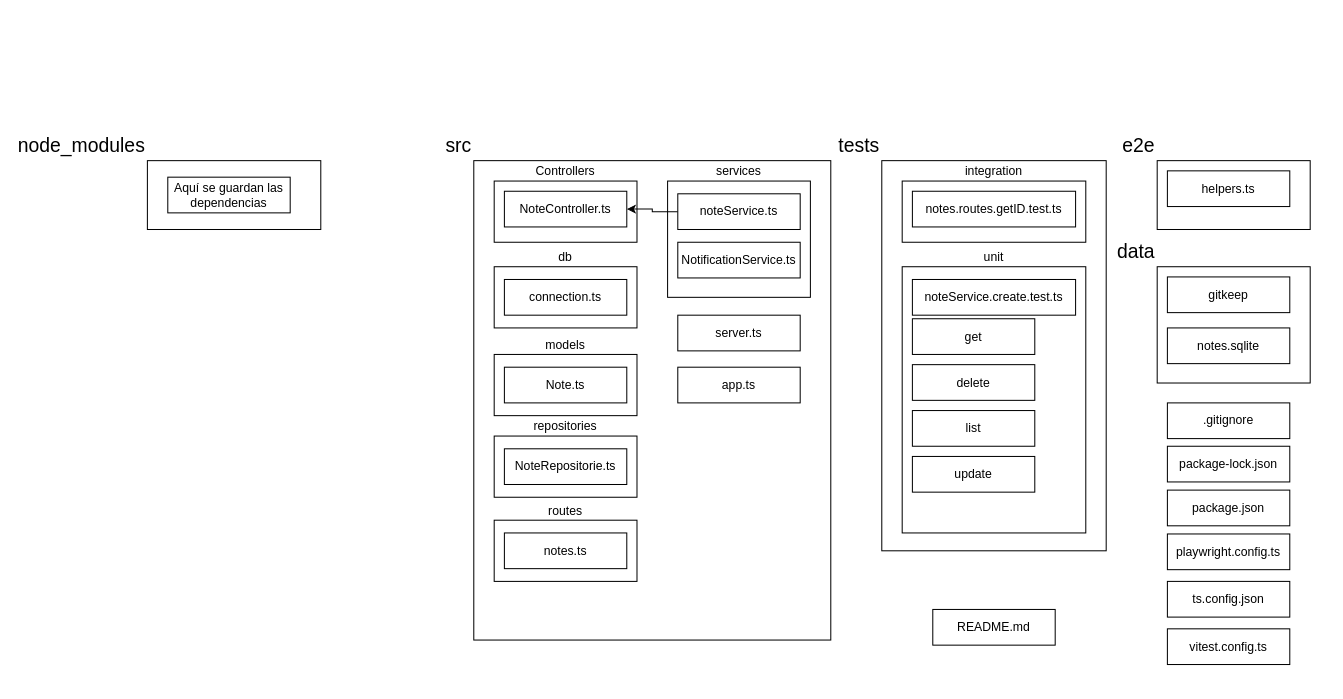
Earlier version of the draw.io diagram TP2-ProgIV.drawio (Matiaslegon/diagramas-TUP). Source tidied: cells renumbered, new cells numbered last; positions are measured from the earlier drawing's top-left corner, leaving out a move shared by most shapes. Both pictures are drawn from the tidied source at 102%, with x=0, y=0 at pixel (147, 160).
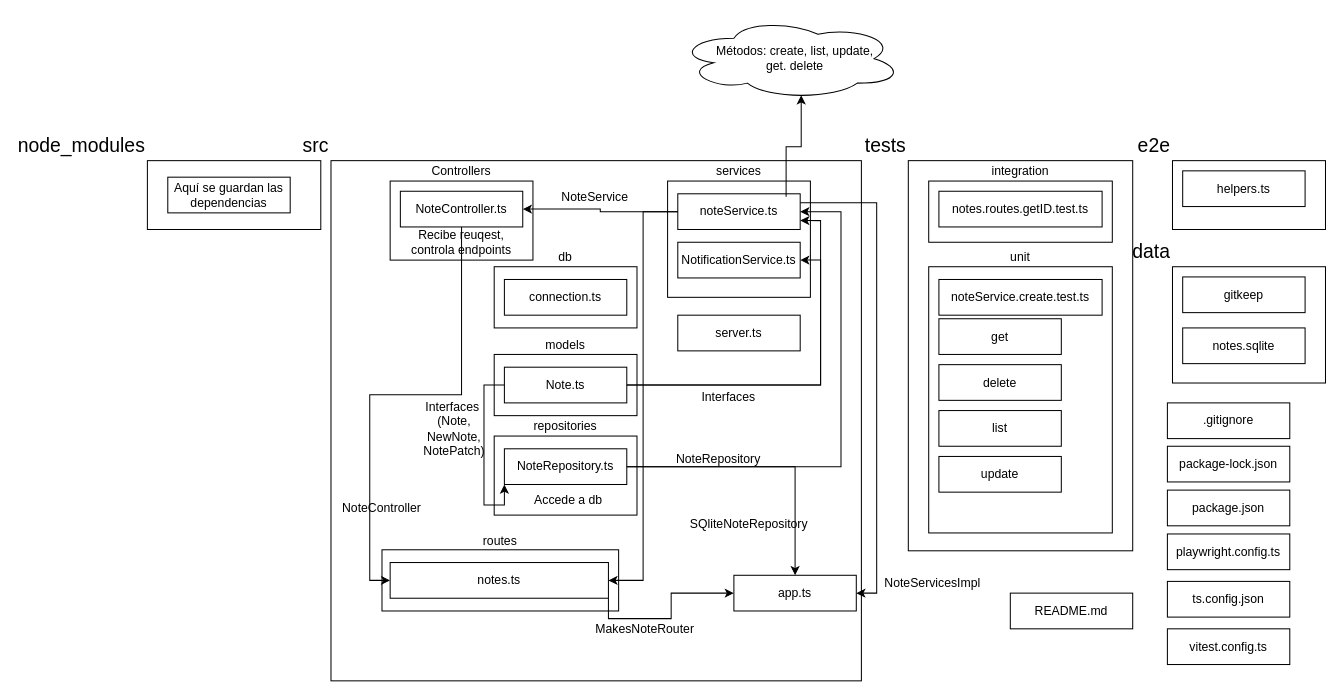
Above is the later version.

Unchanged cells that the change refers to:
```xml
<mxCell id="8" value="Note.ts" style="rounded=0;whiteSpace=wrap;html=1;" parent="1" vertex="1">
  <mxGeometry x="350" y="202.5" width="120" height="35" as="geometry" />
</mxCell>
<mxCell id="15" value="noteService.ts" style="rounded=0;whiteSpace=wrap;html=1;" parent="1" vertex="1">
  <mxGeometry x="520" y="32.5" width="120" height="35" as="geometry" />
</mxCell>
<mxCell id="16" value="NotificationService.ts" style="rounded=0;whiteSpace=wrap;html=1;" parent="1" vertex="1">
  <mxGeometry x="520" y="80" width="120" height="35" as="geometry" />
</mxCell>
```

The edit, as a diff of the source:
```diff
@@
     <mxCell id="2" value="src" style="rounded=0;whiteSpace=wrap;html=1;align=right;labelPosition=left;verticalLabelPosition=top;verticalAlign=bottom;fontSize=19;" parent="1" vertex="1">
-      <mxGeometry x="320" width="350" height="470" as="geometry" />
+      <mxGeometry x="180" width="520" height="510" as="geometry" />
     </mxCell>
     <mxCell id="3" value="Controllers" style="rounded=0;whiteSpace=wrap;html=1;labelPosition=center;verticalLabelPosition=top;align=center;verticalAlign=bottom;" parent="1" vertex="1">
-      <mxGeometry x="340" y="20" width="140" height="60" as="geometry" />
+      <mxGeometry x="238" y="20" width="140" height="77.5" as="geometry" />
     </mxCell>
     <mxCell id="4" value="NoteController.ts" style="rounded=0;whiteSpace=wrap;html=1;" parent="1" vertex="1">
-      <mxGeometry x="350" y="30" width="120" height="35" as="geometry" />
+      <mxGeometry x="248" y="30" width="120" height="35" as="geometry" />
     </mxCell>
@@
     <mxCell id="9" value="repositories" style="rounded=0;whiteSpace=wrap;html=1;labelPosition=center;verticalLabelPosition=top;align=center;verticalAlign=bottom;" parent="1" vertex="1">
-      <mxGeometry x="340" y="270" width="140" height="60" as="geometry" />
+      <mxGeometry x="340" y="270" width="140" height="77.5" as="geometry" />
     </mxCell>
-    <mxCell id="10" value="NoteRepositorie.ts" style="rounded=0;whiteSpace=wrap;html=1;" parent="1" vertex="1">
+    <mxCell id="10" value="NoteRepository.ts" style="rounded=0;whiteSpace=wrap;html=1;" parent="1" vertex="1">
       <mxGeometry x="350" y="282.5" width="120" height="35" as="geometry" />
     </mxCell>
     <mxCell id="11" value="routes" style="rounded=0;whiteSpace=wrap;html=1;labelPosition=center;verticalLabelPosition=top;align=center;verticalAlign=bottom;" parent="1" vertex="1">
-      <mxGeometry x="340" y="352.5" width="140" height="60" as="geometry" />
+      <mxGeometry x="230" y="381.5" width="232" height="60" as="geometry" />
     </mxCell>
     <mxCell id="12" value="notes.ts" style="rounded=0;whiteSpace=wrap;html=1;" parent="1" vertex="1">
-      <mxGeometry x="350" y="365" width="120" height="35" as="geometry" />
+      <mxGeometry x="238" y="394" width="214" height="35" as="geometry" />
     </mxCell>
@@
     <mxCell id="17" value="app.ts" style="rounded=0;whiteSpace=wrap;html=1;" parent="1" vertex="1">
-      <mxGeometry x="520" y="202.5" width="120" height="35" as="geometry" />
+      <mxGeometry x="575" y="406.5" width="120" height="35" as="geometry" />
     </mxCell>
@@
     <mxCell id="19" value="tests" style="rounded=0;whiteSpace=wrap;html=1;align=right;labelPosition=left;verticalLabelPosition=top;verticalAlign=bottom;fontSize=19;" parent="1" vertex="1">
-      <mxGeometry x="720" width="220" height="382.5" as="geometry" />
+      <mxGeometry x="746" width="220" height="382.5" as="geometry" />
     </mxCell>
     <mxCell id="20" value="integration" style="rounded=0;whiteSpace=wrap;html=1;labelPosition=center;verticalLabelPosition=top;align=center;verticalAlign=bottom;" parent="1" vertex="1">
-      <mxGeometry x="740" y="20" width="180" height="60" as="geometry" />
+      <mxGeometry x="766" y="20" width="180" height="60" as="geometry" />
     </mxCell>
     <mxCell id="21" value="notes.routes.getID.test.ts" style="rounded=0;whiteSpace=wrap;html=1;" parent="1" vertex="1">
-      <mxGeometry x="750" y="30" width="160" height="35" as="geometry" />
+      <mxGeometry x="776" y="30" width="160" height="35" as="geometry" />
     </mxCell>
     <mxCell id="22" value="unit" style="rounded=0;whiteSpace=wrap;html=1;labelPosition=center;verticalLabelPosition=top;align=center;verticalAlign=bottom;" parent="1" vertex="1">
-      <mxGeometry x="740" y="104" width="180" height="261" as="geometry" />
+      <mxGeometry x="766" y="104" width="180" height="261" as="geometry" />
     </mxCell>
     <mxCell id="23" value="noteService.create.test.ts" style="rounded=0;whiteSpace=wrap;html=1;" parent="1" vertex="1">
-      <mxGeometry x="750" y="116.5" width="160" height="35" as="geometry" />
+      <mxGeometry x="776" y="116.5" width="160" height="35" as="geometry" />
     </mxCell>
     <mxCell id="24" value="update" style="rounded=0;whiteSpace=wrap;html=1;" parent="1" vertex="1">
-      <mxGeometry x="750" y="290" width="120" height="35" as="geometry" />
+      <mxGeometry x="776" y="290" width="120" height="35" as="geometry" />
     </mxCell>
     <mxCell id="25" value="list" style="rounded=0;whiteSpace=wrap;html=1;" parent="1" vertex="1">
-      <mxGeometry x="750" y="245" width="120" height="35" as="geometry" />
+      <mxGeometry x="776" y="245" width="120" height="35" as="geometry" />
     </mxCell>
     <mxCell id="26" value="delete" style="rounded=0;whiteSpace=wrap;html=1;" parent="1" vertex="1">
-      <mxGeometry x="750" y="200" width="120" height="35" as="geometry" />
+      <mxGeometry x="776" y="200" width="120" height="35" as="geometry" />
     </mxCell>
     <mxCell id="27" value="get" style="rounded=0;whiteSpace=wrap;html=1;" parent="1" vertex="1">
-      <mxGeometry x="750" y="155" width="120" height="35" as="geometry" />
+      <mxGeometry x="776" y="155" width="120" height="35" as="geometry" />
     </mxCell>
     <mxCell id="28" value="e2e" style="rounded=0;whiteSpace=wrap;html=1;align=right;labelPosition=left;verticalLabelPosition=top;verticalAlign=bottom;fontSize=19;" parent="1" vertex="1">
-      <mxGeometry x="990" width="150" height="67.5" as="geometry" />
+      <mxGeometry x="1005" width="150" height="67.5" as="geometry" />
     </mxCell>
     <mxCell id="29" value="helpers.ts" style="rounded=0;whiteSpace=wrap;html=1;" parent="1" vertex="1">
-      <mxGeometry x="1000" y="10" width="120" height="35" as="geometry" />
+      <mxGeometry x="1015" y="10" width="120" height="35" as="geometry" />
     </mxCell>
     <mxCell id="30" value="data" style="rounded=0;whiteSpace=wrap;html=1;align=right;labelPosition=left;verticalLabelPosition=top;verticalAlign=bottom;fontSize=19;" parent="1" vertex="1">
-      <mxGeometry x="990" y="104" width="150" height="114" as="geometry" />
+      <mxGeometry x="1005" y="104" width="150" height="114" as="geometry" />
     </mxCell>
     <mxCell id="31" value="gitkeep" style="rounded=0;whiteSpace=wrap;html=1;" parent="1" vertex="1">
-      <mxGeometry x="1000" y="114" width="120" height="35" as="geometry" />
+      <mxGeometry x="1015" y="114" width="120" height="35" as="geometry" />
     </mxCell>
     <mxCell id="32" value="notes.sqlite" style="rounded=0;whiteSpace=wrap;html=1;" parent="1" vertex="1">
-      <mxGeometry x="1000" y="164" width="120" height="35" as="geometry" />
+      <mxGeometry x="1015" y="164" width="120" height="35" as="geometry" />
     </mxCell>
@@
     <mxCell id="39" value="README.md" style="rounded=0;whiteSpace=wrap;html=1;" parent="1" vertex="1">
-      <mxGeometry x="770" y="440" width="120" height="35" as="geometry" />
+      <mxGeometry x="846" y="424" width="120" height="35" as="geometry" />
     </mxCell>
@@
+    <mxCell id="42" style="edgeStyle=orthogonalEdgeStyle;rounded=0;jettySize=auto;html=1;" parent="1" edge="1" source="10" target="17">
+      <mxGeometry relative="1" as="geometry" />
+    </mxCell>
+    <mxCell id="43" style="edgeStyle=orthogonalEdgeStyle;rounded=0;jettySize=auto;html=1;exitX=1;exitY=1;exitDx=0;exitDy=0;" parent="1" edge="1" source="12" target="17">
+      <mxGeometry relative="1" as="geometry" />
+    </mxCell>
+    <mxCell id="44" style="edgeStyle=orthogonalEdgeStyle;rounded=0;jettySize=auto;html=1;entryX=1;entryY=0.5;entryDx=0;entryDy=0;" parent="1" edge="1" source="15" target="12">
+      <mxGeometry relative="1" as="geometry" />
+    </mxCell>
+    <mxCell id="45" value="NoteService" style="text;html=1;whiteSpace=wrap;strokeColor=none;fillColor=none;align=center;verticalAlign=middle;rounded=0;" parent="1" vertex="1">
+      <mxGeometry x="409" y="21.2" width="60" height="30" as="geometry" />
+    </mxCell>
+    <mxCell id="46" style="edgeStyle=orthogonalEdgeStyle;rounded=0;jettySize=auto;html=1;entryX=0;entryY=1;entryDx=0;entryDy=0;exitX=0;exitY=0.5;exitDx=0;exitDy=0;" parent="1" edge="1" source="8" target="10">
+      <mxGeometry relative="1" as="geometry" />
+    </mxCell>
+    <mxCell id="47" value="Recibe reuqest, controla endpoints" style="text;html=1;whiteSpace=wrap;strokeColor=none;fillColor=none;align=center;verticalAlign=middle;rounded=0;" parent="1" vertex="1">
+      <mxGeometry x="248" y="65" width="120" height="30" as="geometry" />
+    </mxCell>
+    <mxCell id="48" value="Interfaces&amp;nbsp;&lt;div&gt;(Note, NewNote, NotePatch)&lt;/div&gt;" style="text;html=1;whiteSpace=wrap;strokeColor=none;fillColor=none;align=center;verticalAlign=middle;rounded=0;" parent="1" vertex="1">
+      <mxGeometry x="271" y="247.5" width="60" height="30" as="geometry" />
+    </mxCell>
+    <mxCell id="49" value="Accede a db" style="text;html=1;whiteSpace=wrap;strokeColor=none;fillColor=none;align=center;verticalAlign=middle;rounded=0;" parent="1" vertex="1">
+      <mxGeometry x="368" y="317.5" width="90" height="30" as="geometry" />
+    </mxCell>
+    <mxCell id="50" value="NoteController" style="text;html=1;whiteSpace=wrap;strokeColor=none;fillColor=none;align=center;verticalAlign=middle;rounded=0;" parent="1" vertex="1">
+      <mxGeometry x="200" y="325.5" width="60" height="30" as="geometry" />
+    </mxCell>
+    <mxCell id="51" style="edgeStyle=orthogonalEdgeStyle;rounded=0;jettySize=auto;html=1;entryX=0;entryY=0.5;entryDx=0;entryDy=0;" parent="1" edge="1" source="4" target="12">
+      <mxGeometry relative="1" as="geometry" />
+    </mxCell>
+    <mxCell id="52" style="edgeStyle=orthogonalEdgeStyle;rounded=0;jettySize=auto;html=1;entryX=1;entryY=0.5;entryDx=0;entryDy=0;" parent="1" edge="1" source="10" target="15">
+      <mxGeometry relative="1" as="geometry">
+        <Array as="points">
+          <mxPoint x="680" y="300" />
+          <mxPoint x="680" y="50" />
+        </Array>
+      </mxGeometry>
+    </mxCell>
+    <mxCell id="53" value="NoteRepository" style="text;html=1;whiteSpace=wrap;strokeColor=none;fillColor=none;align=center;verticalAlign=middle;rounded=0;" parent="1" vertex="1">
+      <mxGeometry x="530" y="277.5" width="60" height="30" as="geometry" />
+    </mxCell>
+    <mxCell id="54" value="Interfaces" style="text;html=1;whiteSpace=wrap;strokeColor=none;fillColor=none;align=center;verticalAlign=middle;rounded=0;" parent="1" vertex="1">
+      <mxGeometry x="540" y="217" width="60" height="30" as="geometry" />
+    </mxCell>
+    <mxCell id="55" style="edgeStyle=orthogonalEdgeStyle;rounded=0;jettySize=auto;html=1;entryX=1;entryY=0.75;entryDx=0;entryDy=0;" parent="1" edge="1" source="8" target="15">
+      <mxGeometry relative="1" as="geometry" />
+    </mxCell>
+    <mxCell id="56" style="edgeStyle=orthogonalEdgeStyle;rounded=0;jettySize=auto;html=1;entryX=1;entryY=0.5;entryDx=0;entryDy=0;" parent="1" edge="1" source="8" target="16">
+      <mxGeometry relative="1" as="geometry" />
+    </mxCell>
+    <mxCell id="57" style="ellipse;shape=cloud;whiteSpace=wrap;html=1;" parent="1" vertex="1">
+      <mxGeometry x="520" y="-140" width="220" height="80" as="geometry" />
+    </mxCell>
+    <mxCell id="58" value="Métodos: create, list, update, get. delete" style="text;html=1;whiteSpace=wrap;strokeColor=none;fillColor=none;align=center;verticalAlign=middle;rounded=0;" parent="1" vertex="1">
+      <mxGeometry x="550" y="-115" width="170" height="30" as="geometry" />
+    </mxCell>
+    <mxCell id="59" style="edgeStyle=orthogonalEdgeStyle;rounded=0;jettySize=auto;html=1;entryX=0.55;entryY=0.95;entryDx=0;entryDy=0;entryPerimeter=0;exitX=0.885;exitY=0.085;exitDx=0;exitDy=0;exitPerimeter=0;" parent="1" edge="1" source="15" target="57">
+      <mxGeometry relative="1" as="geometry" />
+    </mxCell>
+    <mxCell id="60" value="MakesNoteRouter" style="text;html=1;whiteSpace=wrap;strokeColor=none;fillColor=none;align=center;verticalAlign=middle;rounded=0;" parent="1" vertex="1">
+      <mxGeometry x="458" y="445" width="60" height="30" as="geometry" />
+    </mxCell>
+    <mxCell id="61" style="edgeStyle=orthogonalEdgeStyle;rounded=0;jettySize=auto;html=1;entryX=1;entryY=0.5;entryDx=0;entryDy=0;exitX=1;exitY=0.25;exitDx=0;exitDy=0;" parent="1" edge="1" source="15" target="17">
+      <mxGeometry relative="1" as="geometry" />
+    </mxCell>
+    <mxCell id="62" value="NoteServicesImpl" style="text;html=1;whiteSpace=wrap;strokeColor=none;fillColor=none;align=center;verticalAlign=middle;rounded=0;" parent="1" vertex="1">
+      <mxGeometry x="740" y="399" width="60" height="30" as="geometry" />
+    </mxCell>
+    <mxCell id="63" value="SQliteNoteRepository" style="text;html=1;whiteSpace=wrap;strokeColor=none;fillColor=none;align=center;verticalAlign=middle;rounded=0;" parent="1" vertex="1">
+      <mxGeometry x="560" y="342" width="60" height="30" as="geometry" />
+    </mxCell>
```
